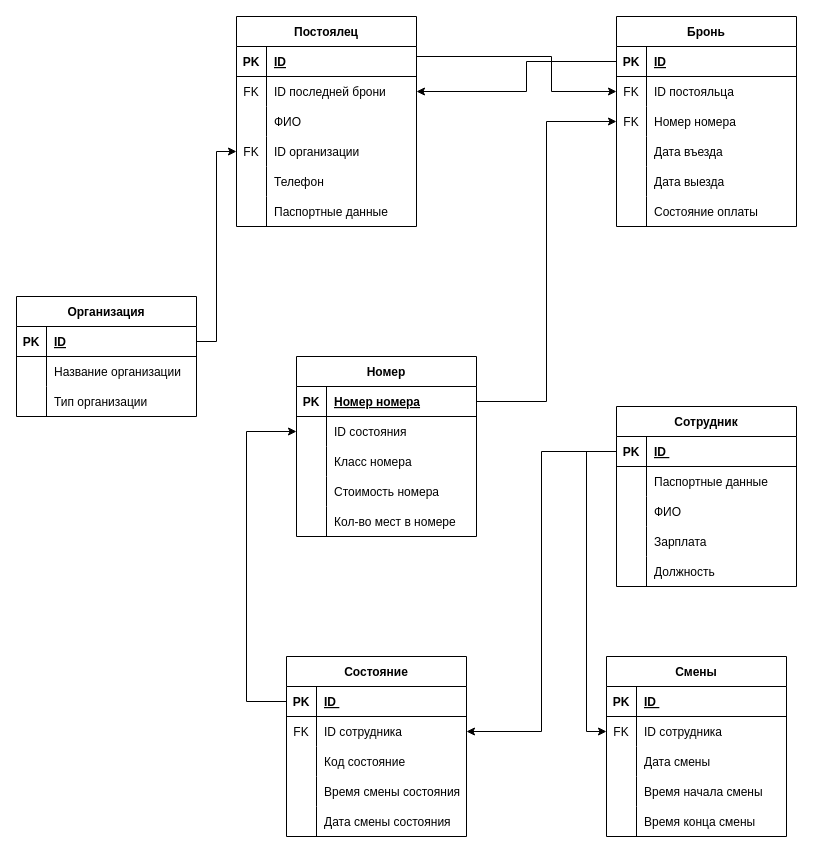
Before: page "ER модель RU" (1 of 3) of Kostylev_Hostel.drawio in Haxersociety/DataBase_Hostel, a draw.io diagram. Source tidied: cells renumbered, new cells numbered last; positions are measured from the earlier drawing's top-left corner, leaving out a move shared by most shapes. Both pictures are drawn from the tidied source at 100%, with x=0, y=0 at pixel (16, 16).
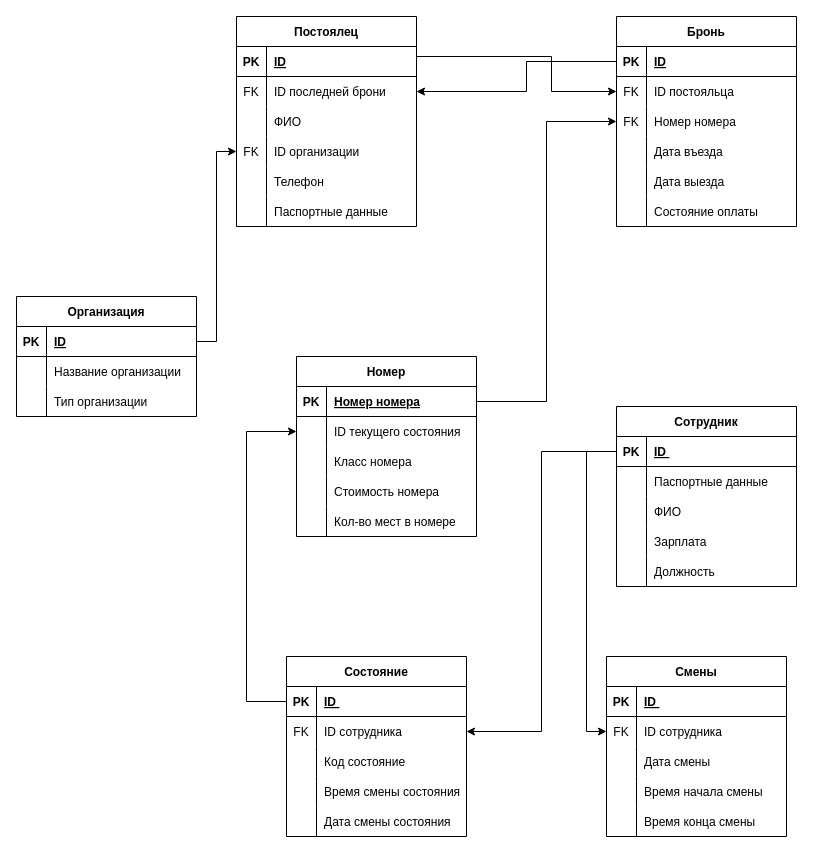
Above is the later version.

The change refers to these unchanged cells:
```xml
<mxCell id="25" style="shape=tableRow;horizontal=0;startSize=0;swimlaneHead=0;swimlaneBody=0;fillColor=none;points=[[0,0.5],[1,0.5]];portConstraint=eastwest;top=0;left=0;right=0;bottom=0;" parent="21" vertex="1">
  <mxGeometry y="60" width="180" height="30" as="geometry" />
</mxCell>
```

Change to the diagram source:
```diff
@@
-    <mxCell id="27" value="ID состояния" style="shape=partialRectangle;fillColor=none;top=0;left=0;bottom=0;right=0;align=left;spacingLeft=6;overflow=hidden;" parent="25" vertex="1">
+    <mxCell id="27" value="ID текущего состояния" style="shape=partialRectangle;fillColor=none;top=0;left=0;bottom=0;right=0;align=left;spacingLeft=6;overflow=hidden;" parent="25" vertex="1">
       <mxGeometry x="30" width="150" height="30" as="geometry" />
     </mxCell>
```
